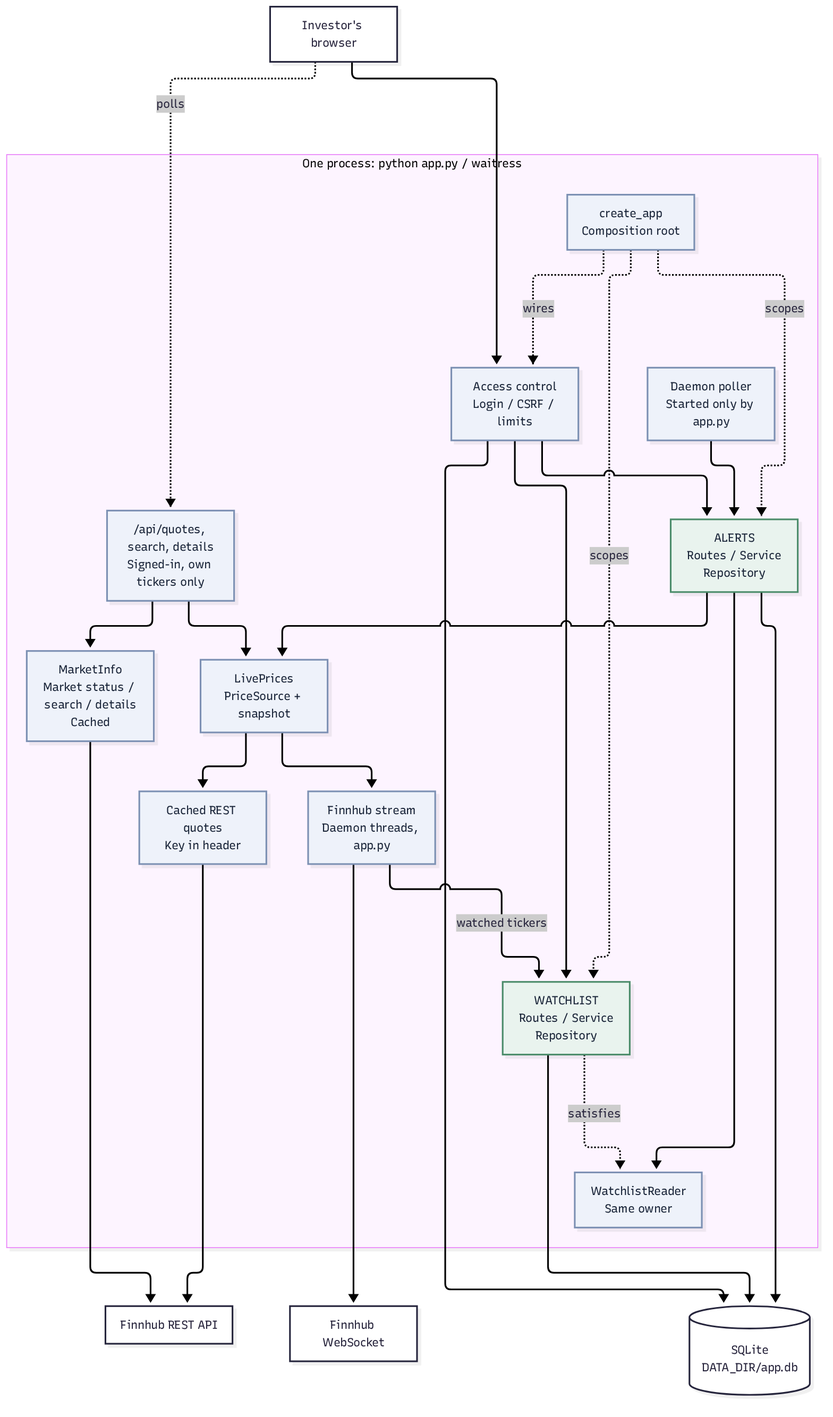
This is docs/diagrams/architecture.png from issamarida/devops-a1-issamarida, a Mermaid export, as it was before one commit. Its source is kept beside it as docs/diagrams/architecture.mmd.
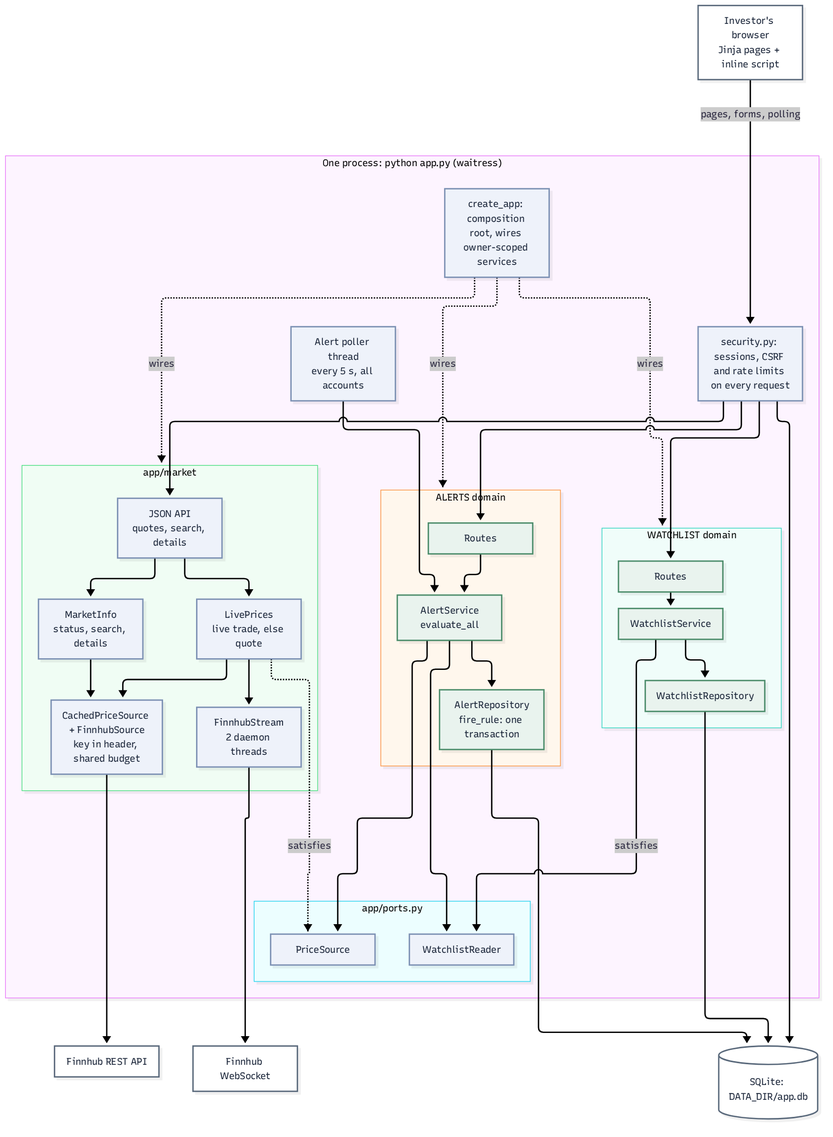
Above is the later version.

Commit message:
Fit the ADRs to the brief's sentence limits, redraw the architecture diagram and sharpen the report

Change to the diagram source:
```diff
@@ -1,44 +1,52 @@
 flowchart TB
-    browser["Investor's browser"]
-    subgraph process["One process: python app.py / waitress"]
-        root["create_app<br/>Composition root"]
-        access["Access control<br/>Login / CSRF / limits"]
-        watch["WATCHLIST<br/>Routes / Service<br/>Repository"]
-        alert["ALERTS<br/>Routes / Service<br/>Repository"]
-        reader["WatchlistReader<br/>Same owner"]
-        price["LivePrices<br/>PriceSource + snapshot"]
-        quotes["/api/quotes, search, details<br/>Signed-in, own tickers only"]
-        info["MarketInfo<br/>Market status / search / details<br/>Cached"]
-        stream["Finnhub stream<br/>Daemon threads, app.py"]
-        rest["Cached REST quotes<br/>Key in header"]
-        poller["Daemon poller<br/>Started only by app.py"]
+    browser["Investor's browser<br/>Jinja pages + inline script"]
+    subgraph process["One process: python app.py (waitress)"]
+        access["security.py: sessions, CSRF and rate limits on every request"]
+        root["create_app: composition root, wires owner-scoped services"]
+        poller["Alert poller thread<br/>every 5 s, all accounts"]
+        subgraph watchlist["WATCHLIST domain"]
+            direction TB
+            wroutes["Routes"] --> wservice["WatchlistService"] --> wrepo["WatchlistRepository"]
+        end
+        subgraph alerts["ALERTS domain"]
+            direction TB
+            aroutes["Routes"] --> aservice["AlertService<br/>evaluate_all"] --> arepo["AlertRepository<br/>fire_rule: one transaction"]
+        end
+        subgraph ports["app/ports.py"]
+            direction LR
+            reader["WatchlistReader"]
+            pricesrc["PriceSource"]
+        end
+        subgraph market["app/market"]
+            direction TB
+            api["JSON API<br/>quotes, search, details"]
+            live["LivePrices<br/>live trade, else quote"]
+            info["MarketInfo<br/>status, search, details"]
+            stream["FinnhubStream<br/>2 daemon threads"]
+            rest["CachedPriceSource + FinnhubSource<br/>key in header, shared budget"]
+        end
     end
-    db[("SQLite<br/>DATA_DIR/app.db")]
-    api["Finnhub REST API"]
-    ws["Finnhub WebSocket"]
-    browser --> access
-    browser -. polls .-> quotes
-    root -. wires .-> access
-    root -. scopes .-> watch
-    root -. scopes .-> alert
-    access --> watch
-    access --> alert
-    poller --> alert
-    alert --> reader
-    watch -. satisfies .-> reader
-    alert --> price
-    quotes --> price
-    price --> stream
-    price --> rest
-    stream --> ws
-    stream -. watched tickers .-> watch
-    rest --> api
-    quotes --> info
-    info --> api
-    watch --> db
-    alert --> db
-    access --> db
+    db[("SQLite: DATA_DIR/app.db")]
+    fws["Finnhub WebSocket"]
+    frest["Finnhub REST API"]
+
+    browser -- "pages, forms, polling" --> access
+    access --> wroutes & aroutes & api
+    root -. "wires" .-> watchlist & alerts & market
+    poller --> aservice
+    aservice --> reader & pricesrc
+    wservice -. "satisfies" .-> reader
+    live -. "satisfies" .-> pricesrc
+    api --> live & info
+    live --> stream & rest
+    info --> rest
+    stream --> fws
+    rest --> frest
+    wrepo & arepo & access --> db
+
+    classDef domain fill:#e9f3ee,stroke:#4c8c6b,color:#182337
     classDef support fill:#eef2fa,stroke:#7b90b3,color:#182337
-    classDef feature fill:#e9f3ee,stroke:#4c8c6b,color:#182337
-    class root,access,reader,poller,price,quotes,info,stream,rest support
-    class watch,alert feature
+    classDef ext fill:#ffffff,stroke:#59677a,color:#182337
+    class wroutes,wservice,wrepo,aroutes,aservice,arepo domain
+    class access,root,reader,pricesrc,api,live,stream,rest,info,poller support
+    class browser,db,fws,frest ext
```
